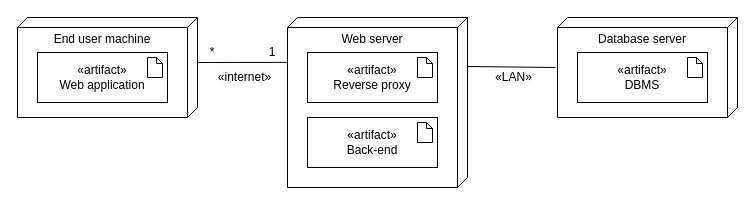
Before: src/assets/deployment.drawio in dnhansen/livinglab-docs, a draw.io diagram. Source tidied: cells renumbered, new cells numbered last; positions are measured from the earlier drawing's top-left corner, leaving out a move shared by most shapes. Both pictures are drawn from the tidied source at 100%, with x=0, y=0 at pixel (17, 17).
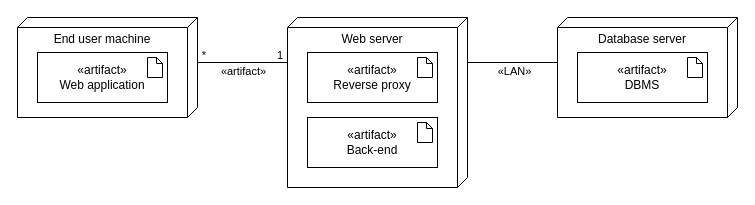
After the change.

The change refers to these unchanged cells:
```xml
<mxCell id="2" value="End user machine" style="verticalAlign=top;align=center;spacingTop=8;spacingLeft=2;spacingRight=12;shape=cube;size=10;direction=south;fontStyle=0;html=1;whiteSpace=wrap;" parent="1" vertex="1">
  <mxGeometry width="180" height="100" as="geometry" />
</mxCell>
<mxCell id="3" value="Web server" style="verticalAlign=top;align=center;spacingTop=8;spacingLeft=2;spacingRight=12;shape=cube;size=10;direction=south;fontStyle=0;html=1;whiteSpace=wrap;" parent="1" vertex="1">
  <mxGeometry x="270" width="180" height="170" as="geometry" />
</mxCell>
```

Change to the diagram source:
```diff
@@
-    <mxCell id="13" style="endArrow=none;html=1;rounded=0;exitX=0;exitY=0;exitDx=45;exitDy=0;exitPerimeter=0;entryX=0.264;entryY=1.004;entryDx=0;entryDy=0;entryPerimeter=0;" parent="1" edge="1" source="2" target="3">
-      <mxGeometry relative="1" as="geometry" />
-    </mxCell>
-    <mxCell id="14" value="&lt;span style=&quot;font-size: 12px; text-wrap: wrap; background-color: rgb(251, 251, 251);&quot;&gt;«internet»&lt;/span&gt;" style="edgeLabel;html=1;align=center;verticalAlign=middle;" parent="13" vertex="1">
-      <mxGeometry x="0.05" y="1" relative="1" as="geometry">
-        <mxPoint y="16" as="offset" />
-      </mxGeometry>
-    </mxCell>
+    <mxCell id="19" style="endArrow=none;html=1;rounded=0;exitX=0;exitY=0;exitDx=45;exitDy=0;exitPerimeter=0;" parent="1" edge="1" source="2">
+      <mxGeometry relative="1" as="geometry">
+        <mxPoint x="270" y="45" as="targetPoint" />
+      </mxGeometry>
+    </mxCell>
+    <mxCell id="20" value="&lt;span style=&quot;text-wrap: wrap; background-color: rgb(251, 251, 251);&quot;&gt;«artifact»&lt;/span&gt;" style="edgeLabel;html=1;align=center;verticalAlign=middle;fontSize=11;" parent="19" vertex="1">
+      <mxGeometry relative="1" as="geometry">
+        <mxPoint y="8" as="offset" />
+      </mxGeometry>
+    </mxCell>
+    <mxCell id="21" style="endArrow=none;html=1;rounded=0;" parent="1" edge="1">
+      <mxGeometry relative="1" as="geometry">
+        <mxPoint x="450" y="45" as="sourcePoint" />
+        <mxPoint x="540" y="45" as="targetPoint" />
+      </mxGeometry>
+    </mxCell>
+    <mxCell id="18" value="&lt;span style=&quot;text-wrap: wrap; background-color: rgb(251, 251, 251);&quot;&gt;«LAN»&lt;/span&gt;" style="edgeLabel;html=1;align=center;verticalAlign=middle;fontSize=11;" parent="21" vertex="1">
+      <mxGeometry x="0.02" relative="1" as="geometry">
+        <mxPoint y="8" as="offset" />
+      </mxGeometry>
+    </mxCell>
+    <mxCell id="16" value="1" style="text;html=1;align=center;verticalAlign=middle;whiteSpace=wrap;rounded=0;fontSize=11;" parent="1" vertex="1">
+      <mxGeometry x="258" y="30" width="10" height="15" as="geometry" />
+    </mxCell>
-    <mxCell id="15" value="*" style="text;strokeColor=none;align=center;fillColor=none;html=1;verticalAlign=middle;whiteSpace=wrap;rounded=0;" parent="1" vertex="1">
-      <mxGeometry x="180" y="20" width="30" height="30" as="geometry" />
+    <mxCell id="15" value="*" style="text;html=1;align=center;verticalAlign=middle;whiteSpace=wrap;rounded=0;fontSize=11;" parent="1" vertex="1">
+      <mxGeometry x="182" y="30" width="10" height="15" as="geometry" />
     </mxCell>
-    <mxCell id="16" value="1" style="text;strokeColor=none;align=center;fillColor=none;html=1;verticalAlign=middle;whiteSpace=wrap;rounded=0;" parent="1" vertex="1">
-      <mxGeometry x="240" y="20" width="30" height="30" as="geometry" />
-    </mxCell>
-    <mxCell id="17" style="endArrow=none;html=1;rounded=0;" parent="1" edge="1">
-      <mxGeometry relative="1" as="geometry">
-        <mxPoint x="538" y="50" as="sourcePoint" />
-        <mxPoint x="450" y="49" as="targetPoint" />
-      </mxGeometry>
-    </mxCell>
-    <mxCell id="18" value="&lt;span style=&quot;font-size: 12px; text-wrap: wrap; background-color: rgb(251, 251, 251);&quot;&gt;«LAN»&lt;/span&gt;" style="edgeLabel;html=1;align=center;verticalAlign=middle;" parent="17" vertex="1">
-      <mxGeometry x="-0.02" y="-1" relative="1" as="geometry">
-        <mxPoint y="11" as="offset" />
-      </mxGeometry>
-    </mxCell>
```
